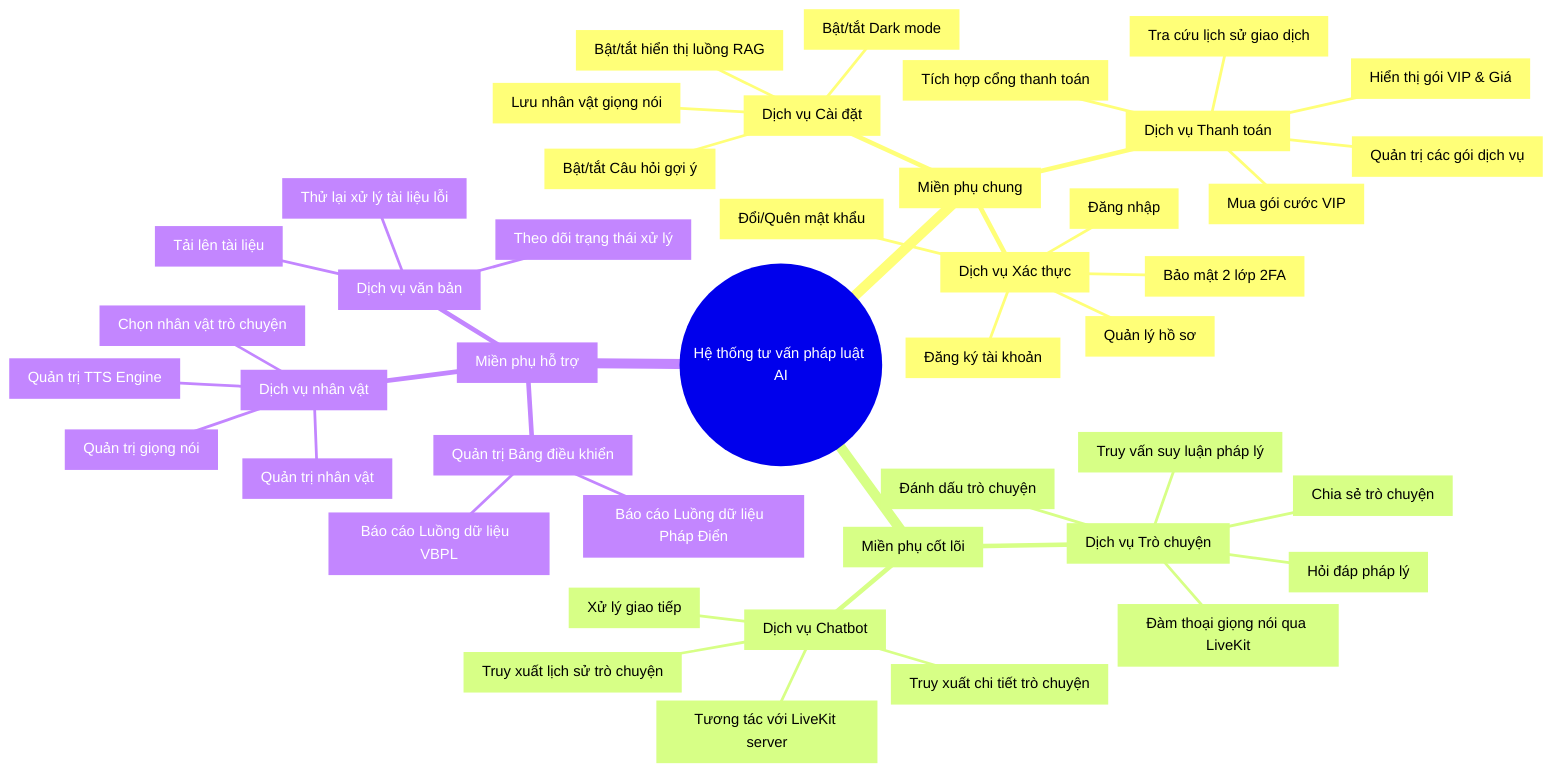
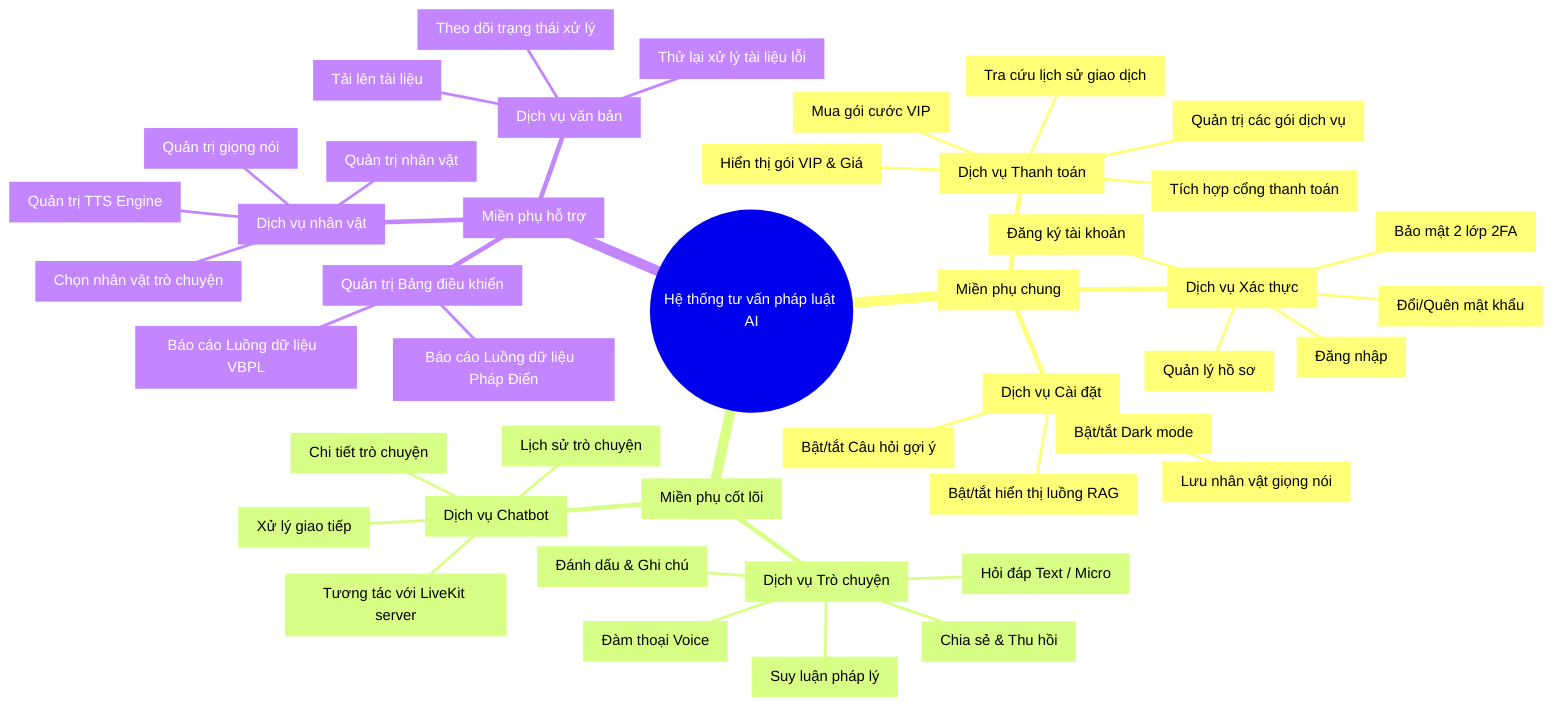
mindmap
  root((Hệ thống tư vấn pháp luật AI))
    Generic["Miền phụ chung"]
      Auth["Dịch vụ Xác thực"]
        Register["Đăng ký tài khoản"]
        Login["Đăng nhập"]
        MFA["Bảo mật 2 lớp 2FA"]
        Profile["Quản lý hồ sơ"]
        Password["Đổi/Quên mật khẩu"]
      Settings["Dịch vụ Cài đặt"]
        Voice_Save["Lưu nhân vật giọng nói"]
        DarkMode["Bật/tắt Dark mode"]
        Suggest["Bật/tắt Câu hỏi gợi ý"]
        RAG_View["Bật/tắt hiển thị luồng RAG"]
      Payment["Dịch vụ Thanh toán"]
        View_Price["Hiển thị gói VIP & Giá"]
        Purchase_VIP["Mua gói cước VIP"]
        Txn_History["Tra cứu lịch sử giao dịch"]
        Manage_Plans["Quản trị các gói dịch vụ"]
        Payment_Gateway["Tích hợp cổng thanh toán"]
    Core["Miền phụ cốt lõi"]
      Conversation["Dịch vụ Trò chuyện"]
-         Chat["Hỏi đáp pháp lý"]
-         Bookmark["Đánh dấu trò chuyện"]
-         Share["Chia sẻ trò chuyện"]
-         Reasoning["Truy vấn suy luận pháp lý"]
-         VoiceChat["Đàm thoại giọng nói qua LiveKit"]
+         Chat["Hỏi đáp Text / Micro"]
+         Bookmark["Đánh dấu & Ghi chú"]
+         Share["Chia sẻ & Thu hồi"]
+         Reasoning["Suy luận pháp lý"]
+         VoiceChat["Đàm thoại Voice"]
      Chatbot["Dịch vụ Chatbot"]
        Chatbot_Comm["Xử lý giao tiếp"]
-         Chatbot_Hist["Truy xuất lịch sử trò chuyện"]
-         Chatbot_Detail["Truy xuất chi tiết trò chuyện"]
+         Chatbot_Hist["Lịch sử trò chuyện"]
+         Chatbot_Detail["Chi tiết trò chuyện"]
        LiveKit["Tương tác với LiveKit server"]
    Supporting["Miền phụ hỗ trợ"]
      Document["Dịch vụ văn bản"]
        Upload_Doc["Tải lên tài liệu"]
        Doc_Status["Theo dõi trạng thái xử lý"]
        Retry_Doc["Thử lại xử lý tài liệu lỗi"]
      Persona["Dịch vụ nhân vật"]
        Select["Chọn nhân vật trò chuyện"]
        Manage_Persona["Quản trị nhân vật"]
        Manage_TTS_Engine["Quản trị TTS Engine"]
        Manage_Voice["Quản trị giọng nói"]
      Dashboard["Quản trị Bảng điều khiển"]
        VBPL_Pipeline["Báo cáo Luồng dữ liệu  VBPL"]
        PhapDien_Pipeline["Báo cáo Luồng dữ liệu  Pháp Điển"]
